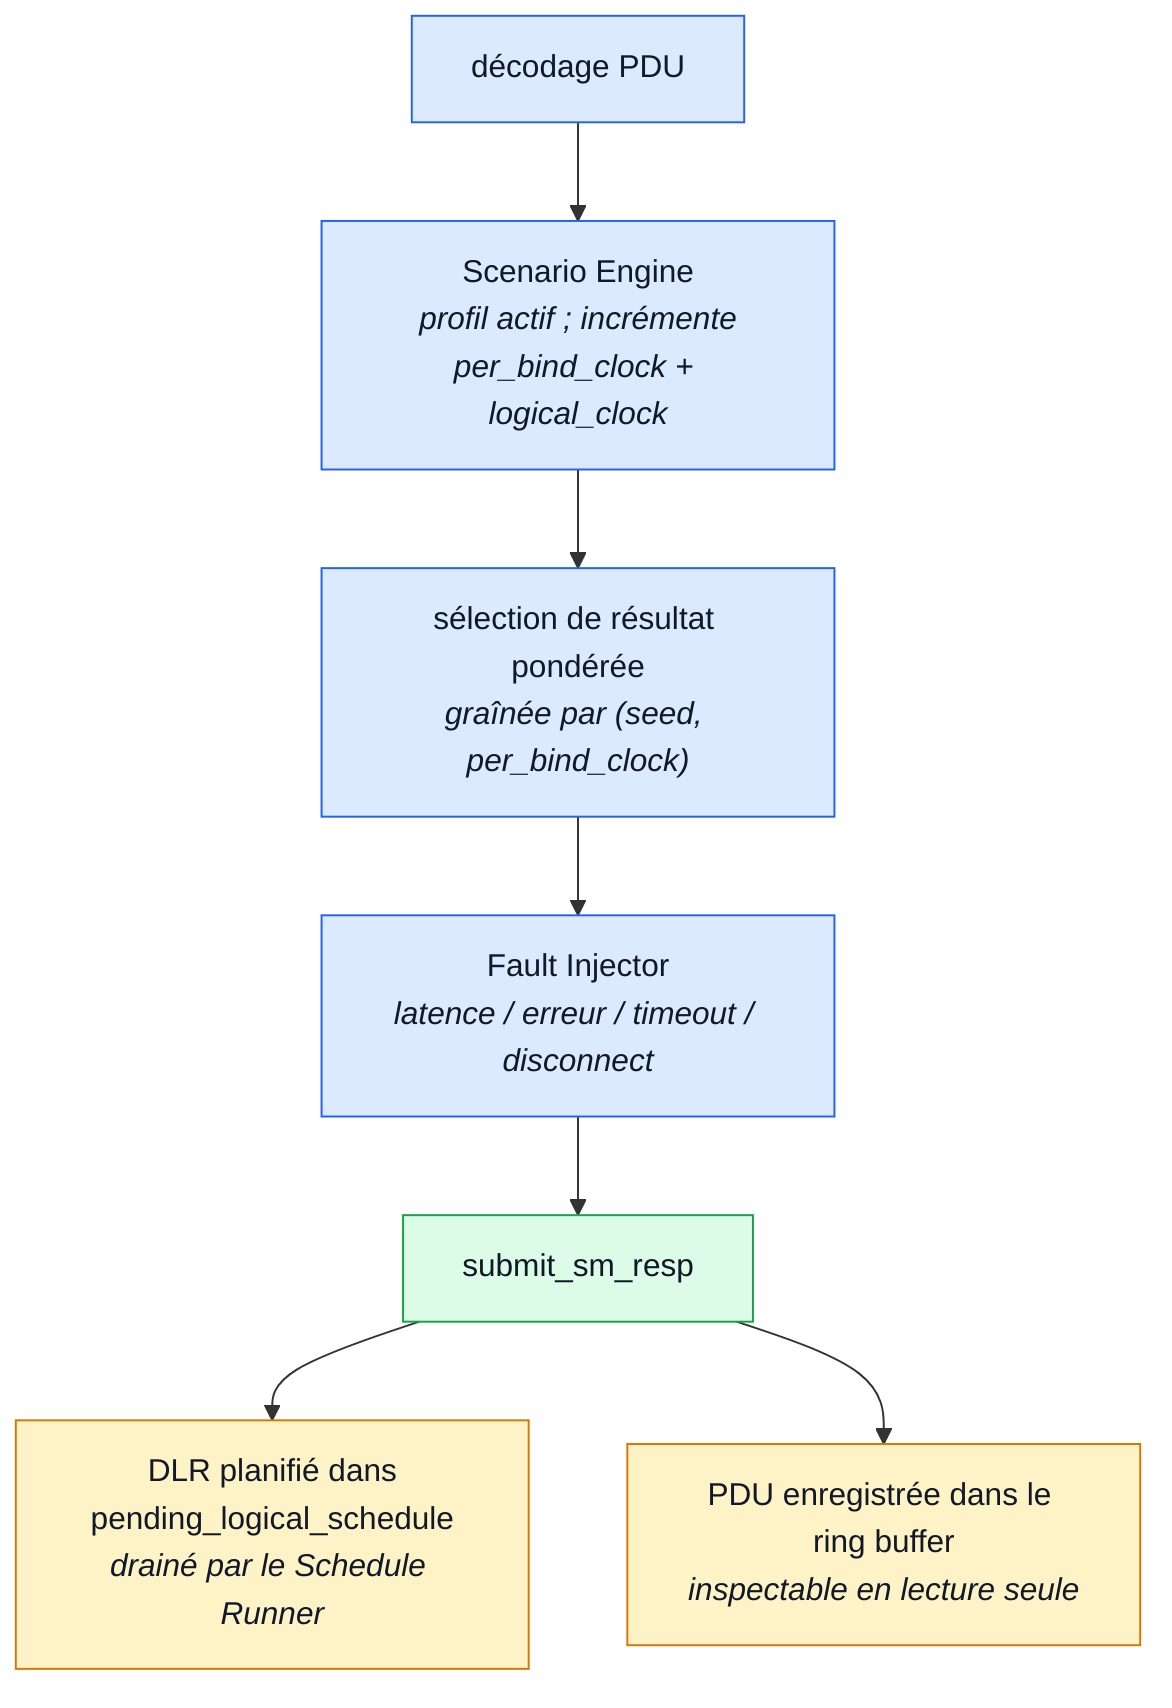
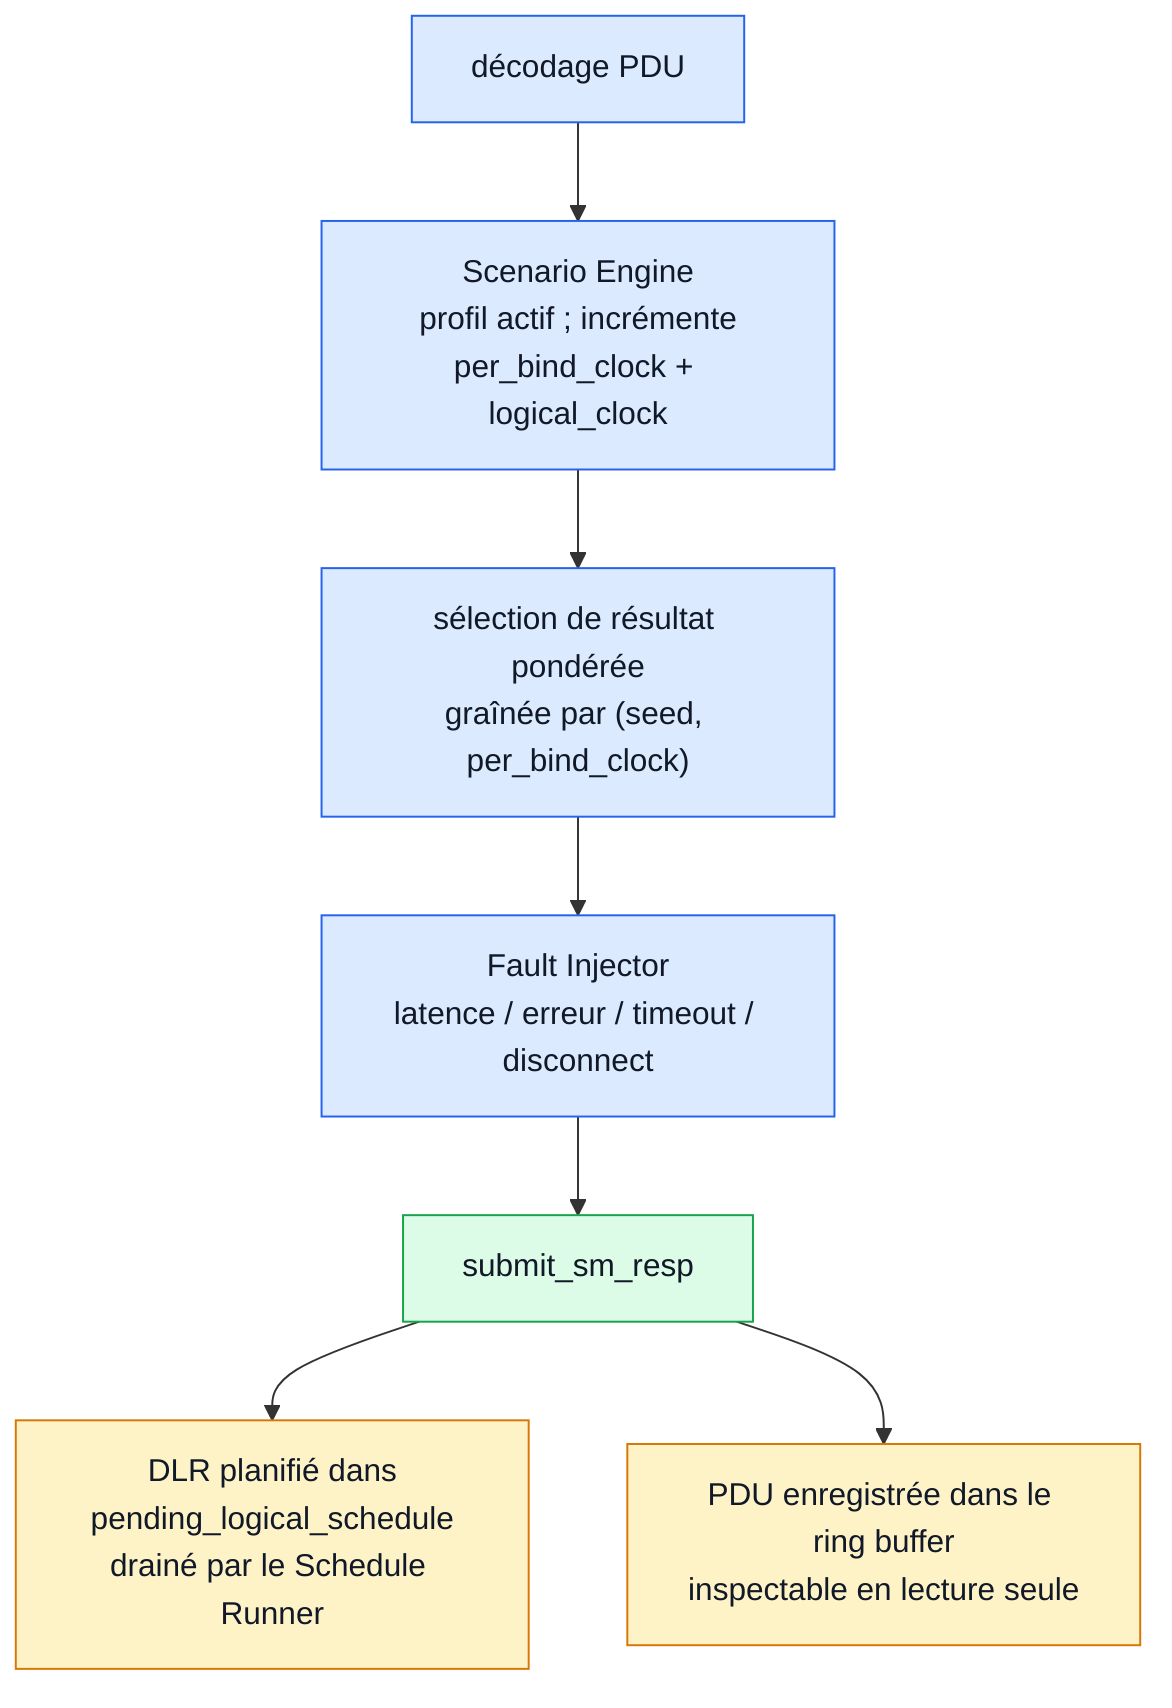
%% Source Mermaid de submit-sm-flow.svg. Régénérer avec : make diagrams
%% Éditer ce fichier (jamais le SVG dérivé), puis relancer make diagrams.
flowchart TB
  a["décodage PDU"]
-   b["Scenario Engine<br/><i>profil actif ; incrémente<br/>per_bind_clock + logical_clock</i>"]
-   c["sélection de résultat pondérée<br/><i>graînée par (seed, per_bind_clock)</i>"]
-   d["Fault Injector<br/><i>latence / erreur / timeout / disconnect</i>"]
+   b["Scenario Engine<br/>profil actif ; incrémente<br/>per_bind_clock + logical_clock"]
+   c["sélection de résultat pondérée<br/>graînée par (seed, per_bind_clock)"]
+   d["Fault Injector<br/>latence / erreur / timeout / disconnect"]
  e["submit_sm_resp"]
-   f["DLR planifié dans<br/>pending_logical_schedule<br/><i>drainé par le Schedule Runner</i>"]
-   g["PDU enregistrée dans le ring buffer<br/><i>inspectable en lecture seule</i>"]
+   f["DLR planifié dans<br/>pending_logical_schedule<br/>drainé par le Schedule Runner"]
+   g["PDU enregistrée dans le ring buffer<br/>inspectable en lecture seule"]

  a --> b --> c --> d --> e
  e --> f
  e --> g

  classDef step fill:#dbeafe,stroke:#2563eb,color:#111827;
  classDef resp fill:#dcfce7,stroke:#16a34a,color:#111827;
  classDef sched fill:#fef3c7,stroke:#d97706,color:#111827;
  class a,b,c,d step;
  class e resp;
  class f,g sched;
